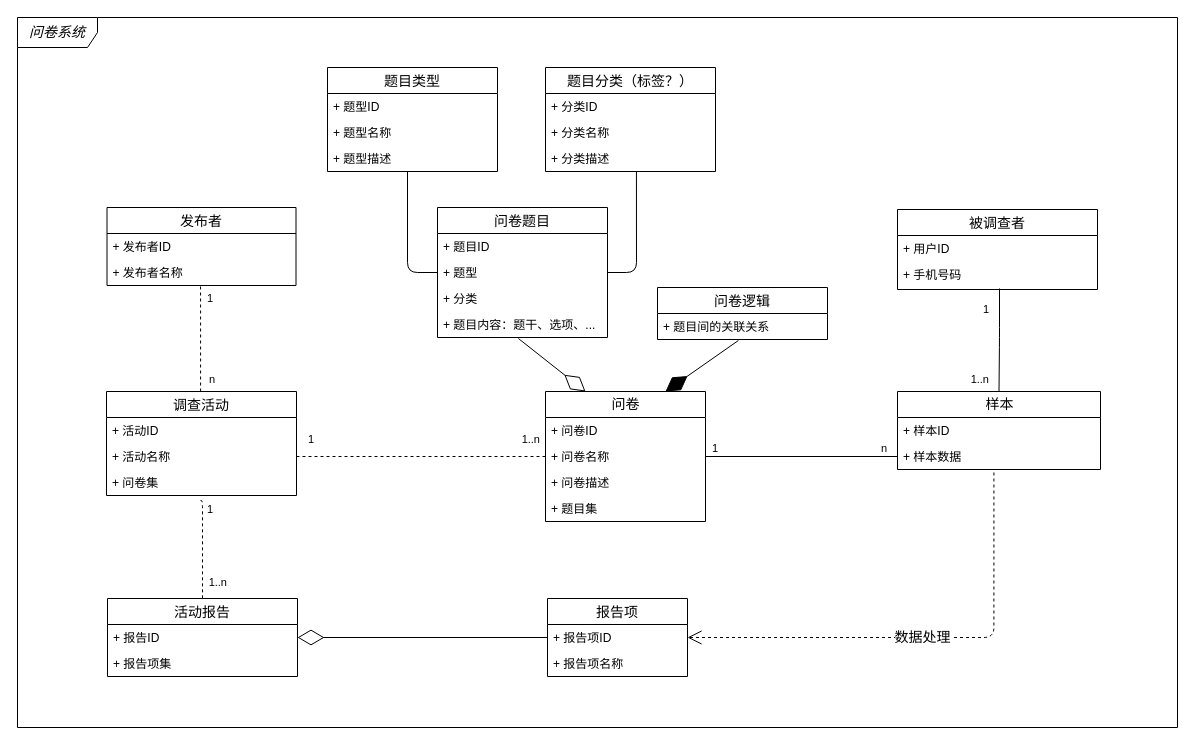
This is 教育部问卷系统 Diagram.drawio from TinlerLin/nd.exercises, a draw.io file, before an edit. Source tidied: cells renumbered, new cells numbered last; positions are measured from the earlier drawing's top-left corner, leaving out a move shared by most shapes. Both pictures are drawn from the tidied source at 100%, with x=0, y=0 at pixel (17, 17).
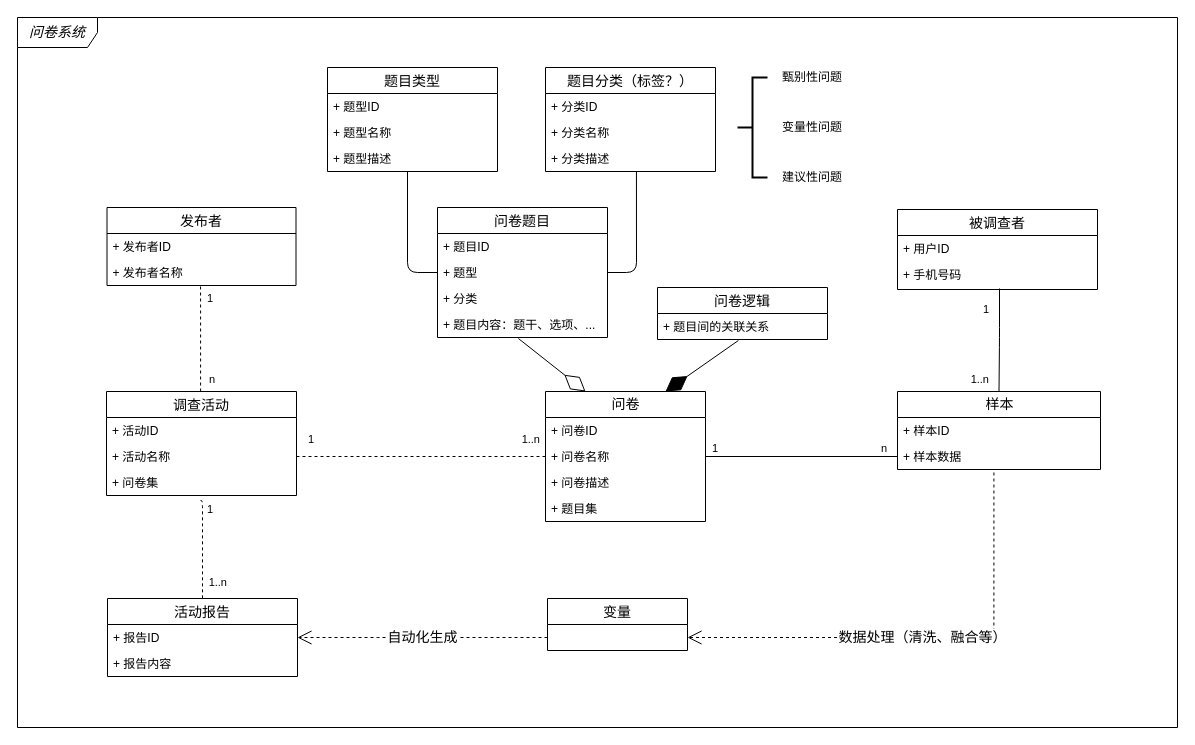
After the change.

Commit message:
Update 教育部问卷系统 Diagram.drawio

The change refers to these unchanged cells:
```xml
<mxCell id="14" value="活动报告" style="swimlane;fontStyle=0;horizontal=1;startSize=26;fillColor=none;fontSize=14;" parent="1" vertex="1">
  <mxGeometry x="90" y="581" width="190" height="78" as="geometry" />
</mxCell>
<mxCell id="15" value="+ 报告ID" style="text;strokeColor=none;fillColor=none;align=left;verticalAlign=top;spacingLeft=4;spacingRight=4;overflow=hidden;points=[[0,0.5],[1,0.5]];portConstraint=eastwest;" parent="14" vertex="1">
  <mxGeometry y="26" width="190" height="26" as="geometry" />
</mxCell>
<mxCell id="22" value="+ 样本数据" style="text;html=1;strokeColor=none;fillColor=none;align=left;verticalAlign=top;spacingLeft=4;spacingRight=4;whiteSpace=wrap;overflow=hidden;points=[[0,0.5],[1,0.5]];portConstraint=eastwest;" parent="20" vertex="1">
  <mxGeometry y="52" width="203" height="26" as="geometry" />
</mxCell>
```

What changed in the source:
```diff
@@
-    <mxCell id="16" value="+ 报告项集" style="text;strokeColor=none;fillColor=none;align=left;verticalAlign=top;spacingLeft=4;spacingRight=4;overflow=hidden;" parent="14" vertex="1">
+    <mxCell id="16" value="+ 报告内容" style="text;strokeColor=none;fillColor=none;align=left;verticalAlign=top;spacingLeft=4;spacingRight=4;overflow=hidden;" parent="14" vertex="1">
       <mxGeometry y="52" width="190" height="26" as="geometry" />
     </mxCell>
@@
-    <mxCell id="42" value="报告项" style="swimlane;fontStyle=0;horizontal=1;startSize=26;fillColor=none;fontSize=14;" parent="1" vertex="1">
-      <mxGeometry x="530" y="581" width="140" height="78" as="geometry" />
+    <mxCell id="42" value="变量" style="swimlane;fontStyle=0;horizontal=1;startSize=26;fillColor=none;fontSize=14;" parent="1" vertex="1">
+      <mxGeometry x="530" y="581" width="140" height="52" as="geometry" />
     </mxCell>
-    <mxCell id="43" value="+ 报告项ID" style="text;strokeColor=none;fillColor=none;align=left;verticalAlign=top;spacingLeft=4;spacingRight=4;overflow=hidden;points=[[0,0.5],[1,0.5]];portConstraint=eastwest;" parent="42" vertex="1">
-      <mxGeometry y="26" width="140" height="26" as="geometry" />
-    </mxCell>
-    <mxCell id="44" value="+ 报告项名称" style="text;strokeColor=none;fillColor=none;align=left;verticalAlign=top;spacingLeft=4;spacingRight=4;overflow=hidden;" parent="42" vertex="1">
-      <mxGeometry y="52" width="140" height="26" as="geometry" />
-    </mxCell>
-    <mxCell id="45" style="endArrow=diamondThin;endFill=0;endSize=24;html=1;fontSize=14;entryX=1;entryY=0.5;entryDx=0;entryDy=0;exitX=0;exitY=0.5;exitDx=0;exitDy=0;" parent="1" edge="1" source="43" target="15">
-      <mxGeometry relative="1" as="geometry" />
-    </mxCell>
-    <mxCell id="46" value="数据处理" style="endArrow=open;endSize=12;dashed=1;html=1;fontSize=14;exitX=0.475;exitY=1.115;exitDx=0;exitDy=0;exitPerimeter=0;entryX=1;entryY=0.5;entryDx=0;entryDy=0;edgeStyle=orthogonalEdgeStyle;" parent="1" edge="1" source="22" target="43">
+    <mxCell id="46" value="数据处理（清洗、融合等）" style="endArrow=open;endSize=12;dashed=1;html=1;fontSize=14;exitX=0.475;exitY=1.115;exitDx=0;exitDy=0;exitPerimeter=0;entryX=1;entryY=0.5;entryDx=0;entryDy=0;edgeStyle=orthogonalEdgeStyle;" parent="1" edge="1" source="22">
       <mxGeometry relative="1" as="geometry">
+        <mxPoint x="670" y="620" as="targetPoint" />
         <Array as="points">
           <mxPoint x="976" y="620" />
         </Array>
       </mxGeometry>
     </mxCell>
@@
+    <mxCell id="63" value="自动化生成" style="endArrow=open;endSize=12;dashed=1;html=1;fontSize=14;exitX=0;exitY=0.75;exitDx=0;exitDy=0;entryX=1;entryY=0.5;entryDx=0;entryDy=0;edgeStyle=orthogonalEdgeStyle;" parent="1" edge="1" source="42" target="15">
+      <mxGeometry relative="1" as="geometry">
+        <Array as="points">
+          <mxPoint x="350" y="620" />
+          <mxPoint x="350" y="620" />
+        </Array>
+      </mxGeometry>
+    </mxCell>
+    <mxCell id="64" style="group;" parent="1" vertex="1">
+      <mxGeometry x="720" y="50" width="110" height="120" as="geometry" />
+    </mxCell>
+    <mxCell id="65" style="strokeWidth=2;html=1;shape=mxgraph.flowchart.annotation_2;align=left;labelPosition=right;" parent="64" vertex="1">
+      <mxGeometry y="10" width="30" height="100" as="geometry" />
+    </mxCell>
+    <mxCell id="66" value="甄别性问题" style="text;html=1;strokeColor=none;fillColor=none;align=center;verticalAlign=middle;whiteSpace=wrap;rounded=0;" parent="64" vertex="1">
+      <mxGeometry x="40" width="70" height="20" as="geometry" />
+    </mxCell>
+    <mxCell id="67" value="变量性问题" style="text;html=1;strokeColor=none;fillColor=none;align=center;verticalAlign=middle;whiteSpace=wrap;rounded=0;" parent="64" vertex="1">
+      <mxGeometry x="40" y="50" width="70" height="20" as="geometry" />
+    </mxCell>
+    <mxCell id="68" value="建议性问题" style="text;html=1;strokeColor=none;fillColor=none;align=center;verticalAlign=middle;whiteSpace=wrap;rounded=0;" parent="64" vertex="1">
+      <mxGeometry x="40" y="100" width="70" height="20" as="geometry" />
+    </mxCell>
```
